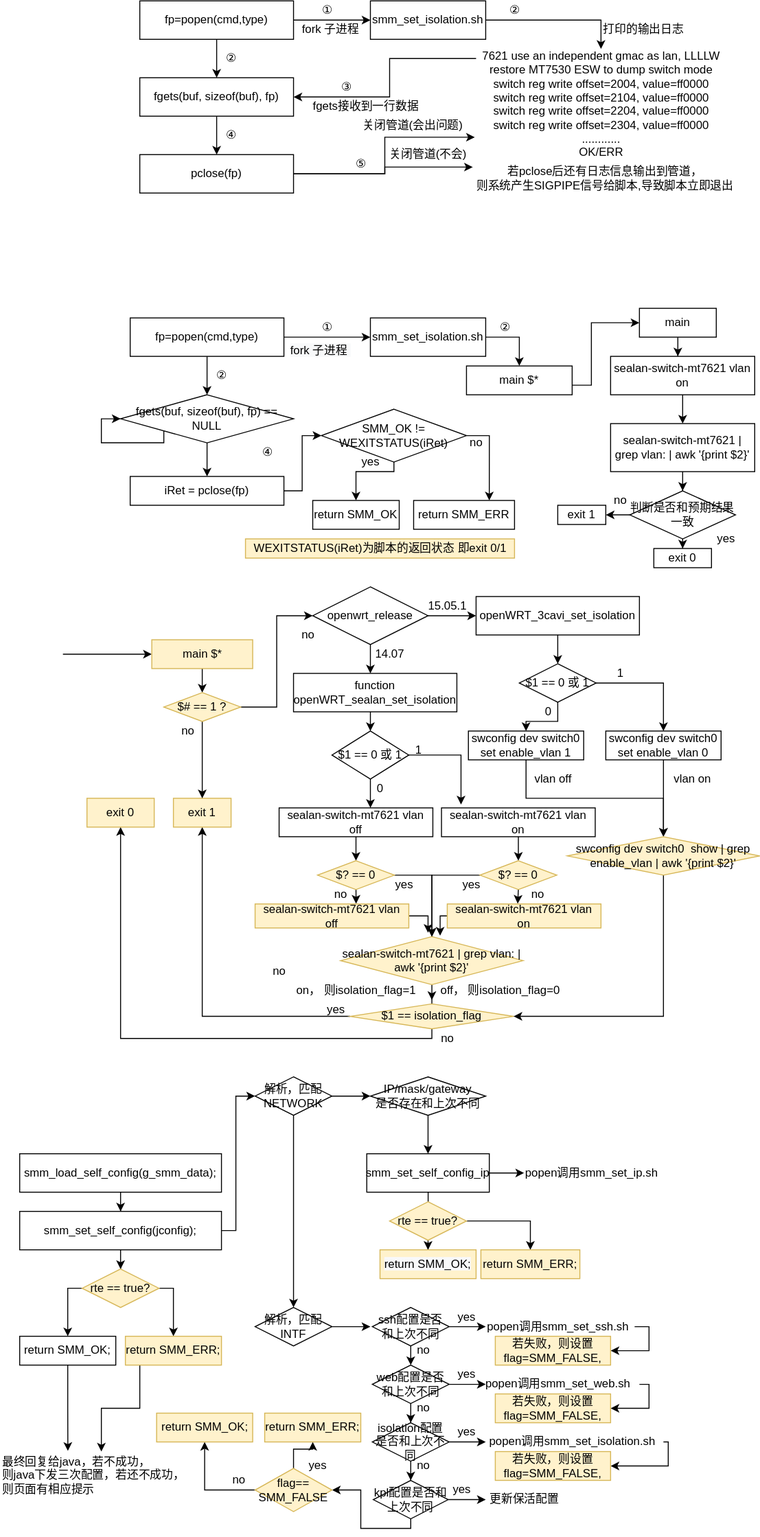
Earlier version of the draw.io export drag_demo/popen_isolation.svg (Archive-ch/Web_Demo). Source tidied: cells renumbered, new cells last; positions are measured from the earlier drawing's top-left corner, leaving out a move shared by most shapes.
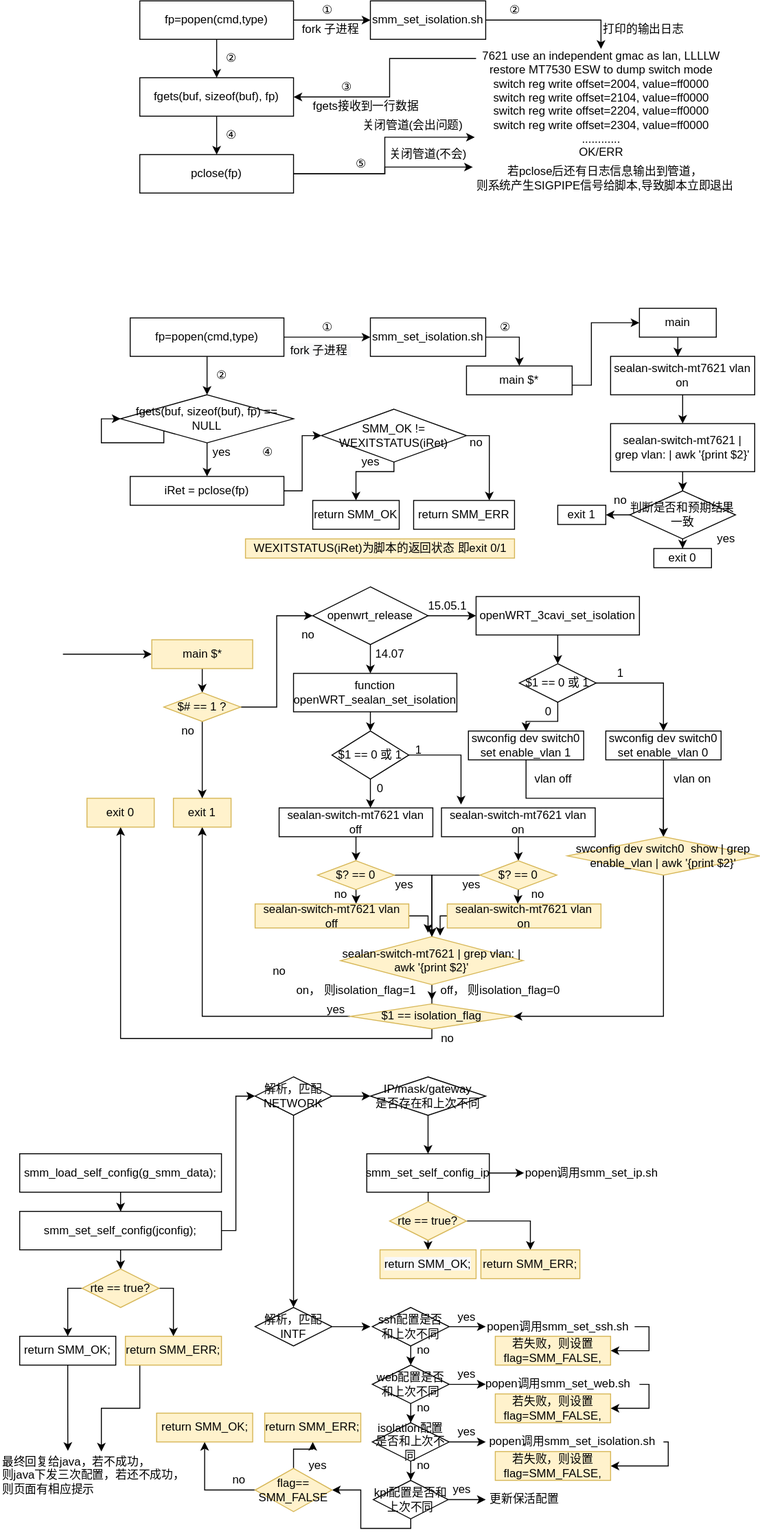
After the commit.

What changed in the source:
```diff
@@ -737,5 +737,8 @@
         </Array>
       </mxGeometry>
     </mxCell>
+    <mxCell id="194" value="yes" style="text;html=1;align=center;verticalAlign=middle;" parent="1" vertex="1">
+      <mxGeometry x="215" y="460" width="30" height="20" as="geometry" />
+    </mxCell>
   </root>
 </mxGraphModel>
```
